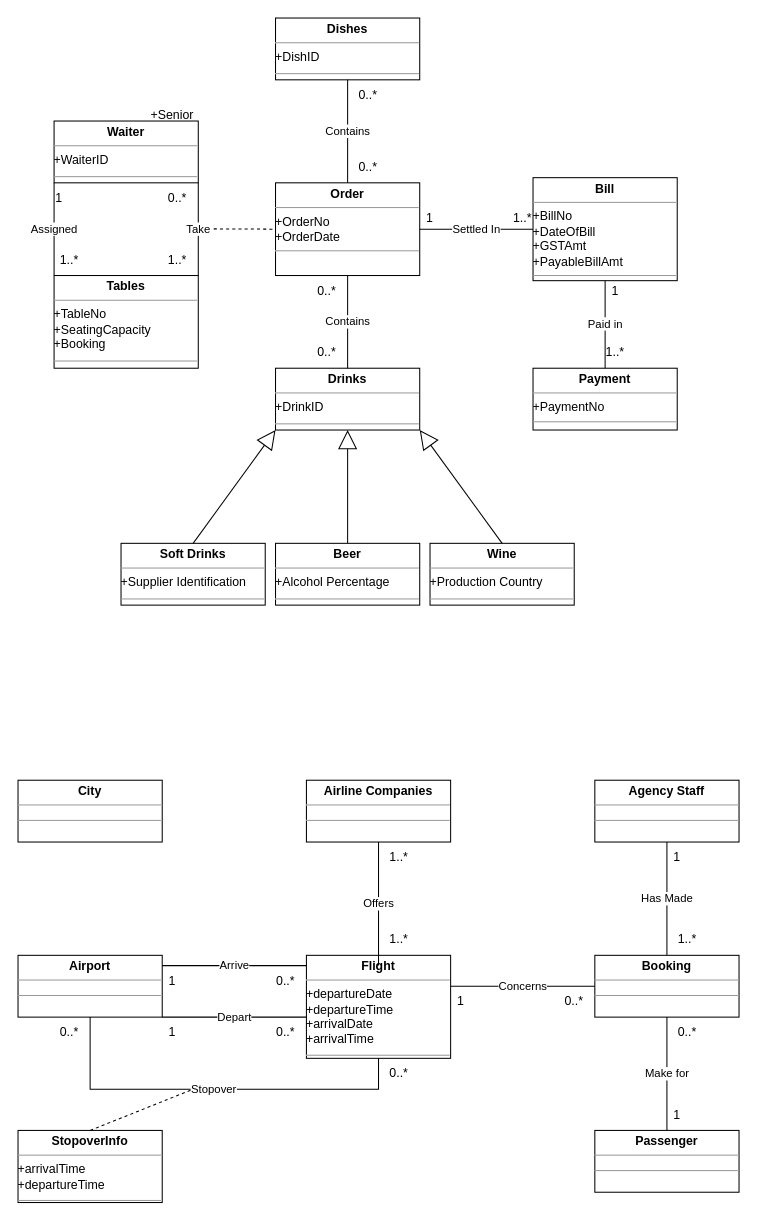
The draw.io diagram page "Qns4" (6 of 6) of Untitled Diagram.drawio in darwin098/SEP-Tutorial-2, before the edit. Source tidied: cells renumbered, new cells numbered last; positions are measured from the earlier drawing's top-left corner, leaving out a move shared by most shapes. Both pictures are drawn from the tidied source at 103%, with x=0, y=0 at pixel (18, 18).
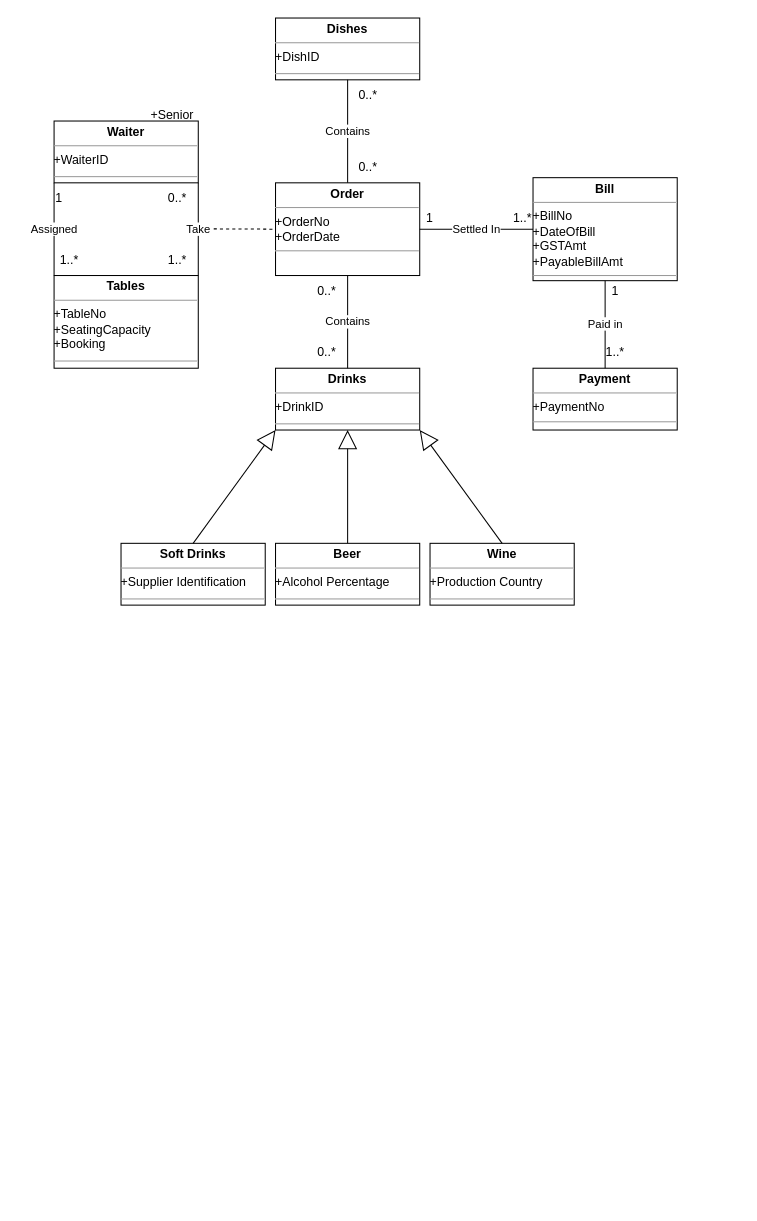
Above is the later version.

What changed in the source:
```diff
@@
-    <mxCell id="2" value="&lt;p style=&quot;margin:0px;margin-top:4px;text-align:center;&quot;&gt;&lt;b&gt;Passenger&lt;/b&gt;&lt;/p&gt;&lt;hr size=&quot;1&quot;&gt;&lt;div style=&quot;height:2px;&quot;&gt;&lt;/div&gt;&lt;hr size=&quot;1&quot;&gt;&lt;div style=&quot;height:2px;&quot;&gt;&lt;/div&gt;" style="verticalAlign=top;align=left;overflow=fill;fontSize=12;fontFamily=Helvetica;html=1;" parent="1" vertex="1">
-      <mxGeometry x="560" y="1080" width="140" height="60" as="geometry" />
-    </mxCell>
-    <mxCell id="3" value="&lt;p style=&quot;margin:0px;margin-top:4px;text-align:center;&quot;&gt;&lt;b&gt;Airport&lt;/b&gt;&lt;/p&gt;&lt;hr size=&quot;1&quot;&gt;&lt;div style=&quot;height:2px;&quot;&gt;&lt;/div&gt;&lt;hr size=&quot;1&quot;&gt;&lt;div style=&quot;height:2px;&quot;&gt;&lt;/div&gt;" style="verticalAlign=top;align=left;overflow=fill;fontSize=12;fontFamily=Helvetica;html=1;" parent="1" vertex="1">
-      <mxGeometry y="910" width="140" height="60" as="geometry" />
-    </mxCell>
-    <mxCell id="4" value="&lt;p style=&quot;margin:0px;margin-top:4px;text-align:center;&quot;&gt;&lt;b&gt;City&lt;/b&gt;&lt;/p&gt;&lt;hr size=&quot;1&quot;&gt;&lt;div style=&quot;height:2px;&quot;&gt;&lt;/div&gt;&lt;hr size=&quot;1&quot;&gt;&lt;div style=&quot;height:2px;&quot;&gt;&lt;/div&gt;" style="verticalAlign=top;align=left;overflow=fill;fontSize=12;fontFamily=Helvetica;html=1;" parent="1" vertex="1">
-      <mxGeometry y="740" width="140" height="60" as="geometry" />
-    </mxCell>
-    <mxCell id="5" value="&lt;p style=&quot;margin:0px;margin-top:4px;text-align:center;&quot;&gt;&lt;b&gt;Flight&lt;/b&gt;&lt;/p&gt;&lt;hr size=&quot;1&quot;&gt;+departureDate&lt;br&gt;+departureTime&lt;br&gt;+arrivalDate&lt;br&gt;+arrivalTime&lt;br&gt;&lt;div style=&quot;height:2px;&quot;&gt;&lt;br&gt;&lt;/div&gt;&lt;hr size=&quot;1&quot;&gt;&lt;div style=&quot;height:2px;&quot;&gt;&lt;/div&gt;" style="verticalAlign=top;align=left;overflow=fill;fontSize=12;fontFamily=Helvetica;html=1;" parent="1" vertex="1">
-      <mxGeometry x="280" y="910" width="140" height="100" as="geometry" />
-    </mxCell>
-    <mxCell id="6" value="&lt;p style=&quot;margin:0px;margin-top:4px;text-align:center;&quot;&gt;&lt;b&gt;Agency Staff&lt;/b&gt;&lt;/p&gt;&lt;hr size=&quot;1&quot;&gt;&lt;div style=&quot;height:2px;&quot;&gt;&lt;/div&gt;&lt;hr size=&quot;1&quot;&gt;&lt;div style=&quot;height:2px;&quot;&gt;&lt;/div&gt;" style="verticalAlign=top;align=left;overflow=fill;fontSize=12;fontFamily=Helvetica;html=1;" parent="1" vertex="1">
-      <mxGeometry x="560" y="740" width="140" height="60" as="geometry" />
-    </mxCell>
-    <mxCell id="7" value="&lt;p style=&quot;margin:0px;margin-top:4px;text-align:center;&quot;&gt;&lt;b&gt;Airline Companies&lt;/b&gt;&lt;/p&gt;&lt;hr size=&quot;1&quot;&gt;&lt;div style=&quot;height:2px;&quot;&gt;&lt;/div&gt;&lt;hr size=&quot;1&quot;&gt;&lt;div style=&quot;height:2px;&quot;&gt;&lt;/div&gt;" style="verticalAlign=top;align=left;overflow=fill;fontSize=12;fontFamily=Helvetica;html=1;" parent="1" vertex="1">
-      <mxGeometry x="280" y="740" width="140" height="60" as="geometry" />
-    </mxCell>
-    <mxCell id="8" value="Offers" style="endArrow=none;html=1;rounded=0;entryX=0.5;entryY=1;entryDx=0;entryDy=0;exitX=0.5;exitY=0;exitDx=0;exitDy=0;" parent="1" edge="1">
-      <mxGeometry relative="1" as="geometry">
-        <mxPoint x="350" y="920" as="sourcePoint" />
-        <mxPoint x="350" y="800" as="targetPoint" />
-      </mxGeometry>
-    </mxCell>
-    <mxCell id="9" value="Arrive" style="endArrow=none;html=1;rounded=0;entryX=0;entryY=0.5;entryDx=0;entryDy=0;exitX=1;exitY=0.5;exitDx=0;exitDy=0;" parent="1" edge="1">
-      <mxGeometry relative="1" as="geometry">
-        <mxPoint x="140" y="920" as="sourcePoint" />
-        <mxPoint x="280" y="920" as="targetPoint" />
-      </mxGeometry>
-    </mxCell>
-    <mxCell id="10" value="Has Made" style="endArrow=none;html=1;rounded=0;entryX=0.5;entryY=1;entryDx=0;entryDy=0;" parent="1" edge="1">
-      <mxGeometry relative="1" as="geometry">
-        <mxPoint x="630" y="910" as="sourcePoint" />
-        <mxPoint x="630" y="800" as="targetPoint" />
-      </mxGeometry>
-    </mxCell>
-    <mxCell id="11" value="1..*" style="text;html=1;strokeColor=none;fillColor=none;align=center;verticalAlign=middle;whiteSpace=wrap;rounded=0;" parent="1" vertex="1">
-      <mxGeometry x="620" y="880" width="60" height="30" as="geometry" />
-    </mxCell>
-    <mxCell id="12" value="1" style="text;html=1;strokeColor=none;fillColor=none;align=center;verticalAlign=middle;whiteSpace=wrap;rounded=0;" parent="1" vertex="1">
-      <mxGeometry x="610" y="800" width="60" height="30" as="geometry" />
-    </mxCell>
-    <mxCell id="13" value="1" style="text;html=1;strokeColor=none;fillColor=none;align=center;verticalAlign=middle;whiteSpace=wrap;rounded=0;" parent="1" vertex="1">
-      <mxGeometry x="120" y="920" width="60" height="30" as="geometry" />
-    </mxCell>
-    <mxCell id="14" value="0..*" style="text;html=1;strokeColor=none;fillColor=none;align=center;verticalAlign=middle;whiteSpace=wrap;rounded=0;" parent="1" vertex="1">
-      <mxGeometry x="230" y="920" width="60" height="30" as="geometry" />
-    </mxCell>
-    <mxCell id="15" value="1..*" style="text;html=1;strokeColor=none;fillColor=none;align=center;verticalAlign=middle;whiteSpace=wrap;rounded=0;" parent="1" vertex="1">
-      <mxGeometry x="340" y="800" width="60" height="30" as="geometry" />
-    </mxCell>
-    <mxCell id="16" value="1..*" style="text;html=1;strokeColor=none;fillColor=none;align=center;verticalAlign=middle;whiteSpace=wrap;rounded=0;" parent="1" vertex="1">
-      <mxGeometry x="340" y="880" width="60" height="30" as="geometry" />
-    </mxCell>
-    <mxCell id="17" value="&lt;p style=&quot;margin:0px;margin-top:4px;text-align:center;&quot;&gt;&lt;b&gt;Booking&lt;/b&gt;&lt;/p&gt;&lt;hr size=&quot;1&quot;&gt;&lt;div style=&quot;height:2px;&quot;&gt;&lt;/div&gt;&lt;hr size=&quot;1&quot;&gt;&lt;div style=&quot;height:2px;&quot;&gt;&lt;/div&gt;" style="verticalAlign=top;align=left;overflow=fill;fontSize=12;fontFamily=Helvetica;html=1;" parent="1" vertex="1">
-      <mxGeometry x="560" y="910" width="140" height="60" as="geometry" />
-    </mxCell>
-    <mxCell id="18" value="Concerns" style="endArrow=none;html=1;rounded=0;entryX=0;entryY=0.5;entryDx=0;entryDy=0;exitX=1;exitY=0.5;exitDx=0;exitDy=0;" parent="1" edge="1">
-      <mxGeometry relative="1" as="geometry">
-        <mxPoint x="420" y="940" as="sourcePoint" />
-        <mxPoint x="560" y="940" as="targetPoint" />
-      </mxGeometry>
-    </mxCell>
-    <mxCell id="19" value="1" style="text;html=1;strokeColor=none;fillColor=none;align=center;verticalAlign=middle;whiteSpace=wrap;rounded=0;" parent="1" vertex="1">
-      <mxGeometry x="400" y="940" width="60" height="30" as="geometry" />
-    </mxCell>
-    <mxCell id="20" value="0..*" style="text;html=1;strokeColor=none;fillColor=none;align=center;verticalAlign=middle;whiteSpace=wrap;rounded=0;" parent="1" vertex="1">
-      <mxGeometry x="510" y="940" width="60" height="30" as="geometry" />
-    </mxCell>
@@
-    <mxCell id="24" value="&lt;p style=&quot;margin:0px;margin-top:4px;text-align:center;&quot;&gt;&lt;b&gt;StopoverInfo&lt;/b&gt;&lt;/p&gt;&lt;hr size=&quot;1&quot;&gt;+arrivalTime&lt;br&gt;+departureTime&lt;br&gt;&lt;div style=&quot;height:2px;&quot;&gt;&lt;/div&gt;&lt;hr size=&quot;1&quot;&gt;&lt;div style=&quot;height:2px;&quot;&gt;&lt;/div&gt;" style="verticalAlign=top;align=left;overflow=fill;fontSize=12;fontFamily=Helvetica;html=1;" parent="1" vertex="1">
-      <mxGeometry y="1080" width="140" height="70" as="geometry" />
-    </mxCell>
-    <mxCell id="25" value="Depart" style="endArrow=none;html=1;rounded=0;entryX=0;entryY=0.5;entryDx=0;entryDy=0;exitX=1;exitY=0.5;exitDx=0;exitDy=0;" parent="1" edge="1">
-      <mxGeometry relative="1" as="geometry">
-        <mxPoint x="140" y="970" as="sourcePoint" />
-        <mxPoint x="280" y="970" as="targetPoint" />
-      </mxGeometry>
-    </mxCell>
-    <mxCell id="26" value="1" style="text;html=1;strokeColor=none;fillColor=none;align=center;verticalAlign=middle;whiteSpace=wrap;rounded=0;" parent="1" vertex="1">
-      <mxGeometry x="120" y="970" width="60" height="30" as="geometry" />
-    </mxCell>
-    <mxCell id="27" value="0..*" style="text;html=1;strokeColor=none;fillColor=none;align=center;verticalAlign=middle;whiteSpace=wrap;rounded=0;" parent="1" vertex="1">
-      <mxGeometry x="230" y="970" width="60" height="30" as="geometry" />
-    </mxCell>
-    <mxCell id="28" value="Make for" style="endArrow=none;html=1;rounded=0;entryX=0.5;entryY=1;entryDx=0;entryDy=0;" parent="1" edge="1">
-      <mxGeometry relative="1" as="geometry">
-        <mxPoint x="630" y="1080" as="sourcePoint" />
-        <mxPoint x="630" y="970" as="targetPoint" />
-      </mxGeometry>
-    </mxCell>
-    <mxCell id="29" value="1" style="text;html=1;strokeColor=none;fillColor=none;align=center;verticalAlign=middle;whiteSpace=wrap;rounded=0;" parent="1" vertex="1">
-      <mxGeometry x="610" y="1050" width="60" height="30" as="geometry" />
-    </mxCell>
-    <mxCell id="30" value="0..*" style="text;html=1;strokeColor=none;fillColor=none;align=center;verticalAlign=middle;whiteSpace=wrap;rounded=0;" parent="1" vertex="1">
-      <mxGeometry x="620" y="970" width="60" height="30" as="geometry" />
-    </mxCell>
-    <mxCell id="31" value="Stopover" style="endArrow=none;html=1;rounded=0;exitX=0.5;exitY=1;exitDx=0;exitDy=0;entryX=0.5;entryY=1;entryDx=0;entryDy=0;" parent="1" edge="1" source="3" target="5">
-      <mxGeometry relative="1" as="geometry">
-        <Array as="points">
-          <mxPoint x="70" y="1040" />
-          <mxPoint x="350" y="1040" />
-        </Array>
-      </mxGeometry>
-    </mxCell>
-    <mxCell id="32" value="0..*" style="text;html=1;strokeColor=none;fillColor=none;align=center;verticalAlign=middle;whiteSpace=wrap;rounded=0;" parent="1" vertex="1">
-      <mxGeometry x="340" y="1010" width="60" height="30" as="geometry" />
-    </mxCell>
-    <mxCell id="33" value="0..*" style="text;html=1;strokeColor=none;fillColor=none;align=center;verticalAlign=middle;whiteSpace=wrap;rounded=0;" parent="1" vertex="1">
-      <mxGeometry x="20" y="970" width="60" height="30" as="geometry" />
-    </mxCell>
-    <mxCell id="34" style="endArrow=none;dashed=1;html=1;rounded=0;exitX=0.5;exitY=0;exitDx=0;exitDy=0;" parent="1" edge="1" source="24">
-      <mxGeometry relative="1" as="geometry">
-        <mxPoint x="170" y="1040" as="targetPoint" />
-      </mxGeometry>
-    </mxCell>
```
